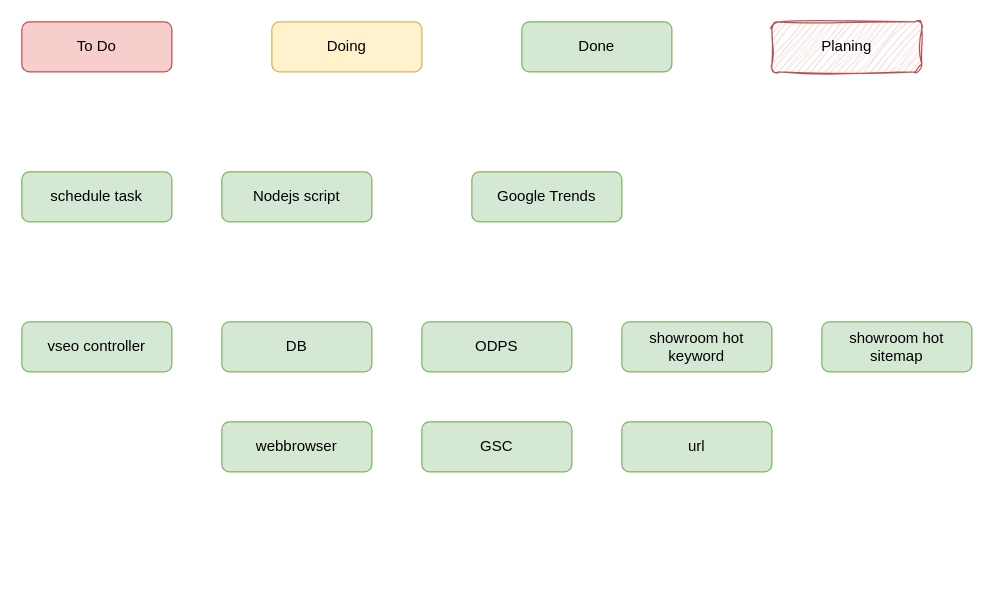
Above: drawio/trend_keywords.drawio in VisableHarry/seo-drawio (draw.io), before the change. Source tidied: cells renumbered, new cells numbered last; positions are measured from the earlier drawing's top-left corner, leaving out a move shared by most shapes. Both pictures are drawn from the tidied source at 125%, with x=0, y=0 at pixel (21, 21).
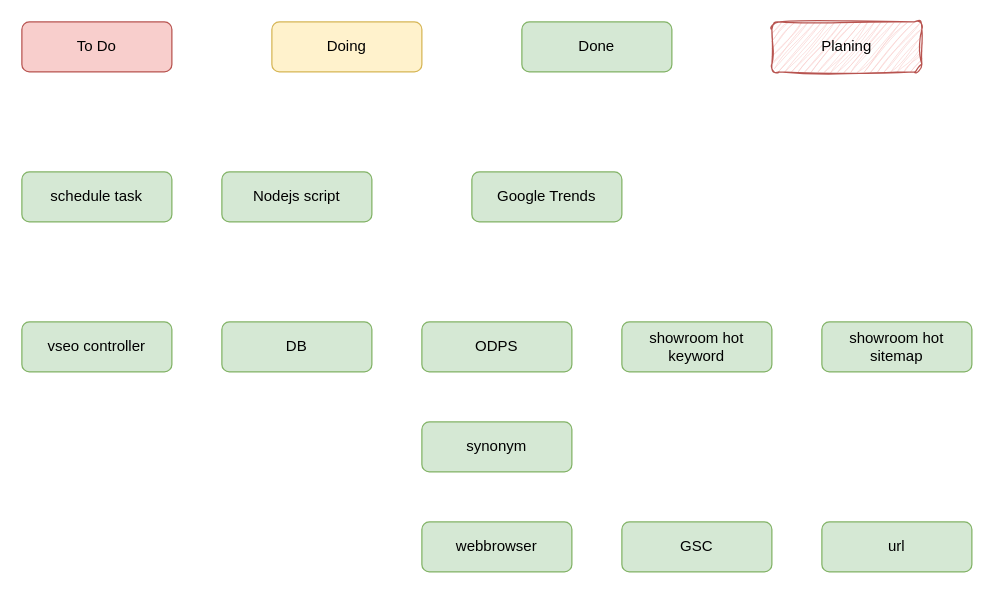
Above is the later version.

What changed in the source:
```diff
@@
 <mxGraphModel>
   <root>
     <mxCell id="0" />
     <mxCell id="1" parent="0" />
     <mxCell id="2" value="Doing" style="rounded=1;whiteSpace=wrap;html=1;fillColor=#fff2cc;strokeColor=#d6b656;" parent="1" vertex="1">
       <mxGeometry x="200" width="120" height="40" as="geometry" />
     </mxCell>
     <mxCell id="3" value="To Do" style="rounded=1;whiteSpace=wrap;html=1;fillColor=#f8cecc;strokeColor=#b85450;" parent="1" vertex="1">
       <mxGeometry width="120" height="40" as="geometry" />
     </mxCell>
     <mxCell id="4" value="Done" style="rounded=1;whiteSpace=wrap;html=1;fillColor=#d5e8d4;strokeColor=#82b366;" parent="1" vertex="1">
       <mxGeometry x="400" width="120" height="40" as="geometry" />
     </mxCell>
     <mxCell id="5" value="Planing" style="rounded=1;whiteSpace=wrap;html=1;align=center;fillColor=#f8cecc;strokeColor=#b85450;sketch=1;curveFitting=1;jiggle=2;" parent="1" vertex="1">
       <mxGeometry x="600" width="120" height="40" as="geometry" />
     </mxCell>
     <mxCell id="6" value="schedule task" style="rounded=1;whiteSpace=wrap;html=1;fillColor=#d5e8d4;strokeColor=#82b366;" parent="1" vertex="1">
       <mxGeometry y="120" width="120" height="40" as="geometry" />
     </mxCell>
     <mxCell id="7" value="Nodejs script" style="rounded=1;whiteSpace=wrap;html=1;fillColor=#d5e8d4;strokeColor=#82b366;" parent="1" vertex="1">
       <mxGeometry x="160" y="120" width="120" height="40" as="geometry" />
     </mxCell>
     <mxCell id="8" value="Google Trends" style="rounded=1;whiteSpace=wrap;html=1;fillColor=#d5e8d4;strokeColor=#82b366;" parent="1" vertex="1">
       <mxGeometry x="360" y="120" width="120" height="40" as="geometry" />
     </mxCell>
     <mxCell id="9" value="vseo controller" style="rounded=1;whiteSpace=wrap;html=1;fillColor=#d5e8d4;strokeColor=#82b366;" parent="1" vertex="1">
       <mxGeometry y="240" width="120" height="40" as="geometry" />
     </mxCell>
     <mxCell id="10" value="DB" style="rounded=1;whiteSpace=wrap;html=1;fillColor=#d5e8d4;strokeColor=#82b366;" parent="1" vertex="1">
       <mxGeometry x="160" y="240" width="120" height="40" as="geometry" />
     </mxCell>
     <mxCell id="11" value="ODPS" style="rounded=1;whiteSpace=wrap;html=1;fillColor=#d5e8d4;strokeColor=#82b366;" parent="1" vertex="1">
       <mxGeometry x="320" y="240" width="120" height="40" as="geometry" />
     </mxCell>
     <mxCell id="12" value="showroom hot keyword" style="rounded=1;whiteSpace=wrap;html=1;fillColor=#d5e8d4;strokeColor=#82b366;" parent="1" vertex="1">
       <mxGeometry x="480" y="240" width="120" height="40" as="geometry" />
     </mxCell>
     <mxCell id="13" value="showroom hot sitemap" style="rounded=1;whiteSpace=wrap;html=1;fillColor=#d5e8d4;strokeColor=#82b366;" parent="1" vertex="1">
       <mxGeometry x="640" y="240" width="120" height="40" as="geometry" />
     </mxCell>
     <mxCell id="14" value="webbrowser" style="rounded=1;whiteSpace=wrap;html=1;fillColor=#d5e8d4;strokeColor=#82b366;" parent="1" vertex="1">
-      <mxGeometry x="160" y="320" width="120" height="40" as="geometry" />
+      <mxGeometry x="320" y="400" width="120" height="40" as="geometry" />
     </mxCell>
     <mxCell id="15" value="GSC" style="rounded=1;whiteSpace=wrap;html=1;fillColor=#d5e8d4;strokeColor=#82b366;" parent="1" vertex="1">
-      <mxGeometry x="320" y="320" width="120" height="40" as="geometry" />
+      <mxGeometry x="480" y="400" width="120" height="40" as="geometry" />
     </mxCell>
     <mxCell id="16" value="url" style="rounded=1;whiteSpace=wrap;html=1;fillColor=#d5e8d4;strokeColor=#82b366;" parent="1" vertex="1">
-      <mxGeometry x="480" y="320" width="120" height="40" as="geometry" />
+      <mxGeometry x="640" y="400" width="120" height="40" as="geometry" />
     </mxCell>
+    <mxCell id="17" value="synonym" style="rounded=1;whiteSpace=wrap;html=1;fillColor=#d5e8d4;strokeColor=#82b366;" parent="1" vertex="1">
+      <mxGeometry x="320" y="320" width="120" height="40" as="geometry" />
+    </mxCell>
   </root>
 </mxGraphModel>
```
